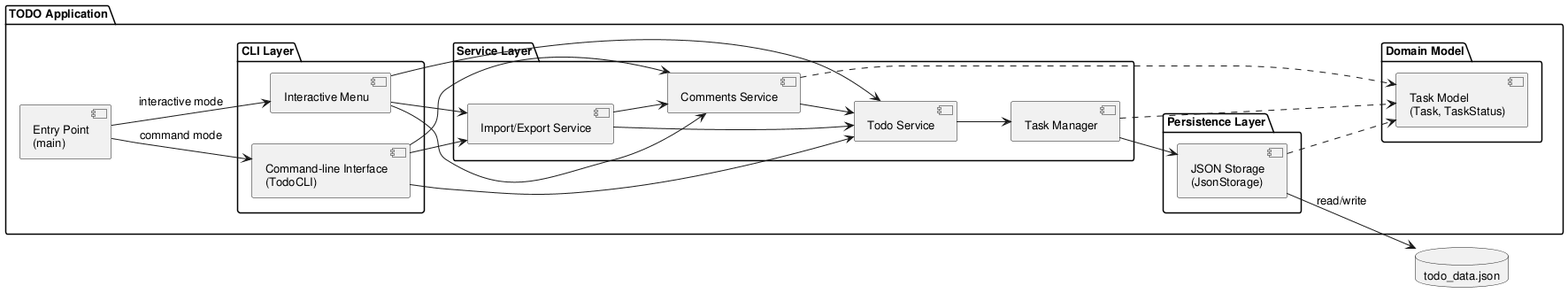
Earlier version of the PlantUML export experiments/broadcast/test_driven/TODO/artifacts/component_diagram.png (DanielRiha8906/Software_autoevolution_using_agents).
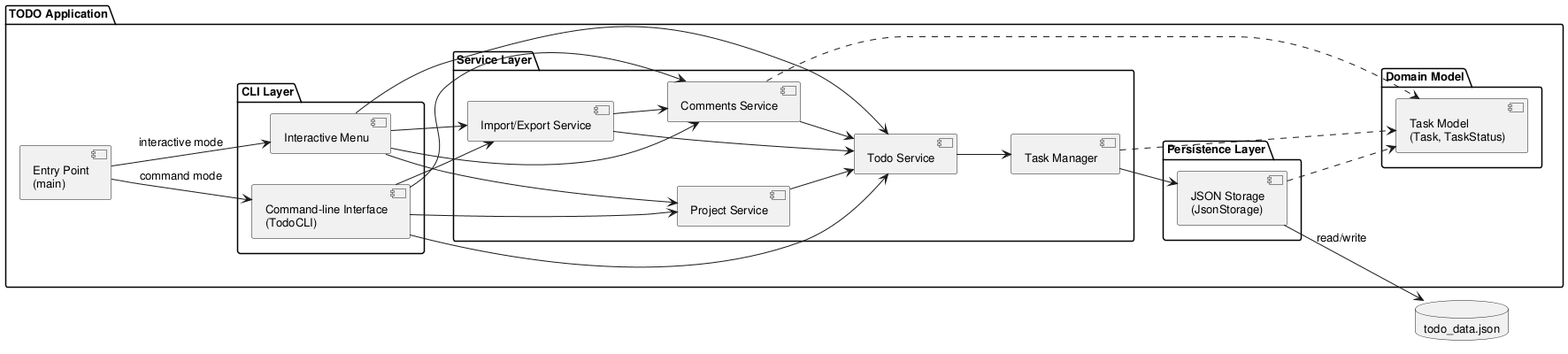
After the change.

Change to the diagram source:
```diff
@@ -17,6 +17,7 @@
     package "Service Layer" {
         component "Todo Service" as SVC
         component "Task Manager" as MGR
+        component "Project Service" as PS
         component "Comments Service" as CS
         component "Import/Export Service" as IES
     }
@@ -36,13 +37,16 @@
 Main --> CLI : command mode
 
 IM --> SVC
+IM --> PS
 IM --> CS
 IM --> IES
 CLI --> SVC
+CLI --> PS
 CLI --> CS
 CLI --> IES
 
 SVC --> MGR
+PS --> SVC
 CS --> SVC
 IES --> SVC
 IES --> CS
```
